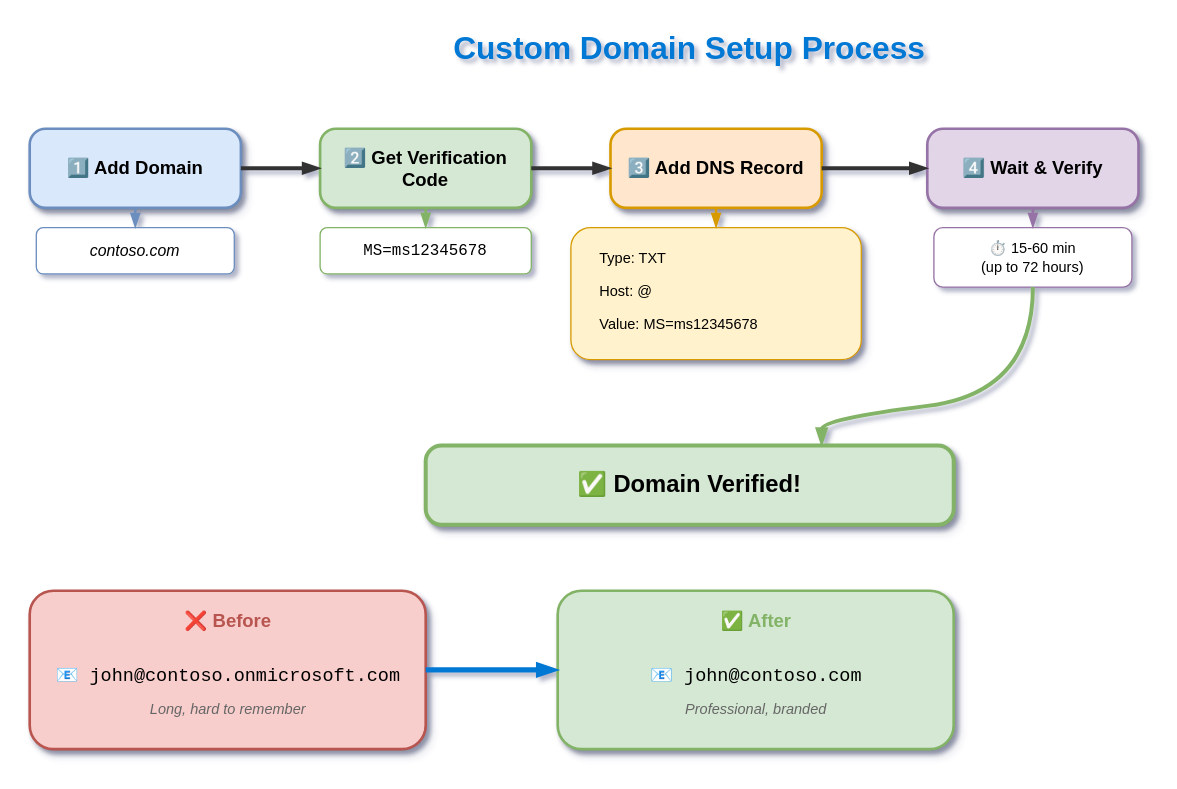
Earlier version of the draw.io diagram lesson-02-tenant-setup/2.3-custom-domains/diagram.drawio (MrParkerZ7/document-lesson-ad-entra-x-claude). Source tidied: cells renumbered, new cells numbered last; positions are measured from the earlier drawing's top-left corner, leaving out a move shared by most shapes. Both pictures are drawn from the tidied source at 132%, with x=0, y=0 at pixel (29, 22).
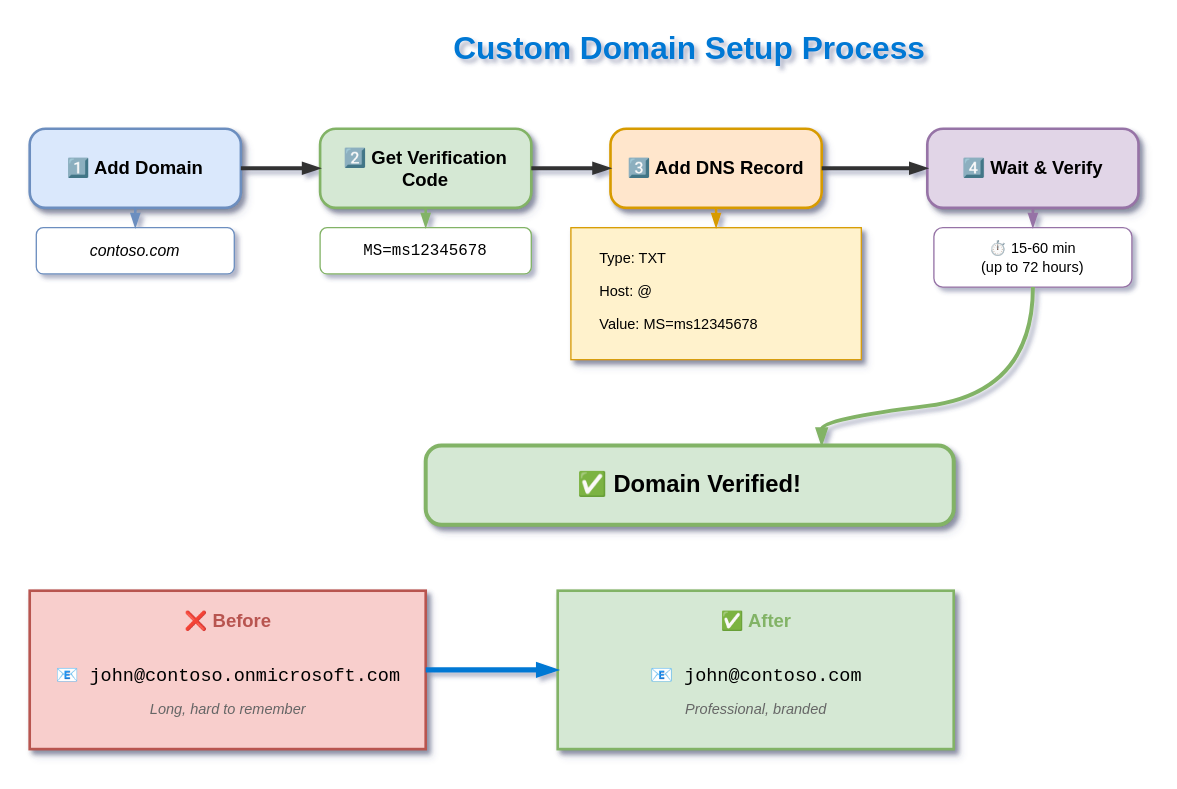
Above is the later version.

Diff of the diagram source:
```diff
@@
-    <mxCell id="10" style="rounded=1;whiteSpace=wrap;html=1;fillColor=#fff2cc;strokeColor=#d79b00;shadow=1;" parent="1" vertex="1">
+    <mxCell id="10" style="rounded=0;whiteSpace=wrap;html=1;fillColor=#fff2cc;strokeColor=#d79b00;shadow=1;" parent="1" vertex="1">
       <mxGeometry x="410" y="155" width="220" height="100" as="geometry" />
     </mxCell>
@@
-    <mxCell id="23" style="rounded=1;whiteSpace=wrap;html=1;fillColor=#f8cecc;strokeColor=#b85450;strokeWidth=2;shadow=1;" parent="1" vertex="1">
+    <mxCell id="23" style="rounded=0;whiteSpace=wrap;html=1;fillColor=#f8cecc;strokeColor=#b85450;strokeWidth=2;shadow=1;" parent="1" vertex="1">
       <mxGeometry y="430" width="300" height="120" as="geometry" />
     </mxCell>
@@
-    <mxCell id="27" style="rounded=1;whiteSpace=wrap;html=1;fillColor=#d5e8d4;strokeColor=#82b366;strokeWidth=2;shadow=1;" parent="1" vertex="1">
+    <mxCell id="27" style="rounded=0;whiteSpace=wrap;html=1;fillColor=#d5e8d4;strokeColor=#82b366;strokeWidth=2;shadow=1;" parent="1" vertex="1">
       <mxGeometry x="400" y="430" width="300" height="120" as="geometry" />
     </mxCell>
```
